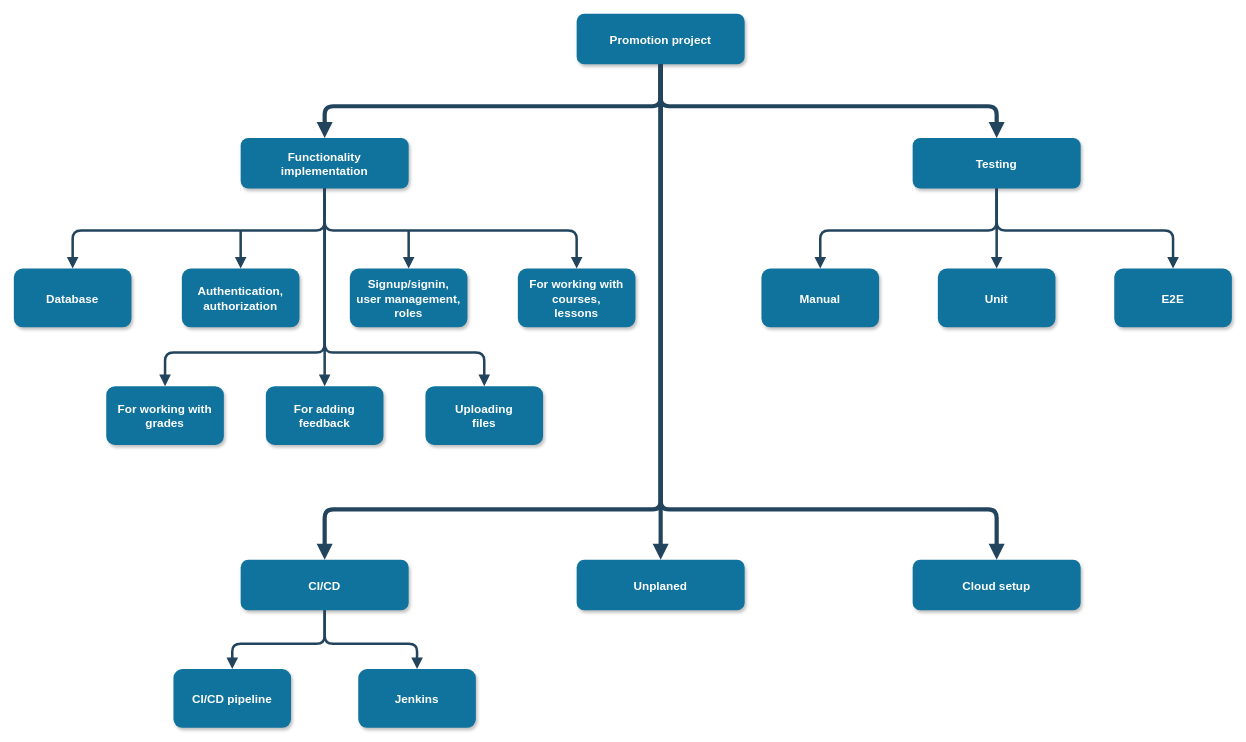
The draw.io diagram Untitled Diagram.drawio in PashaShevchuk/diagrams, before the edit. Source tidied: cells renumbered, new cells numbered last; positions are measured from the earlier drawing's top-left corner, leaving out a move shared by most shapes. Both pictures are drawn from the tidied source at 84%, with x=0, y=0 at pixel (13, 13).
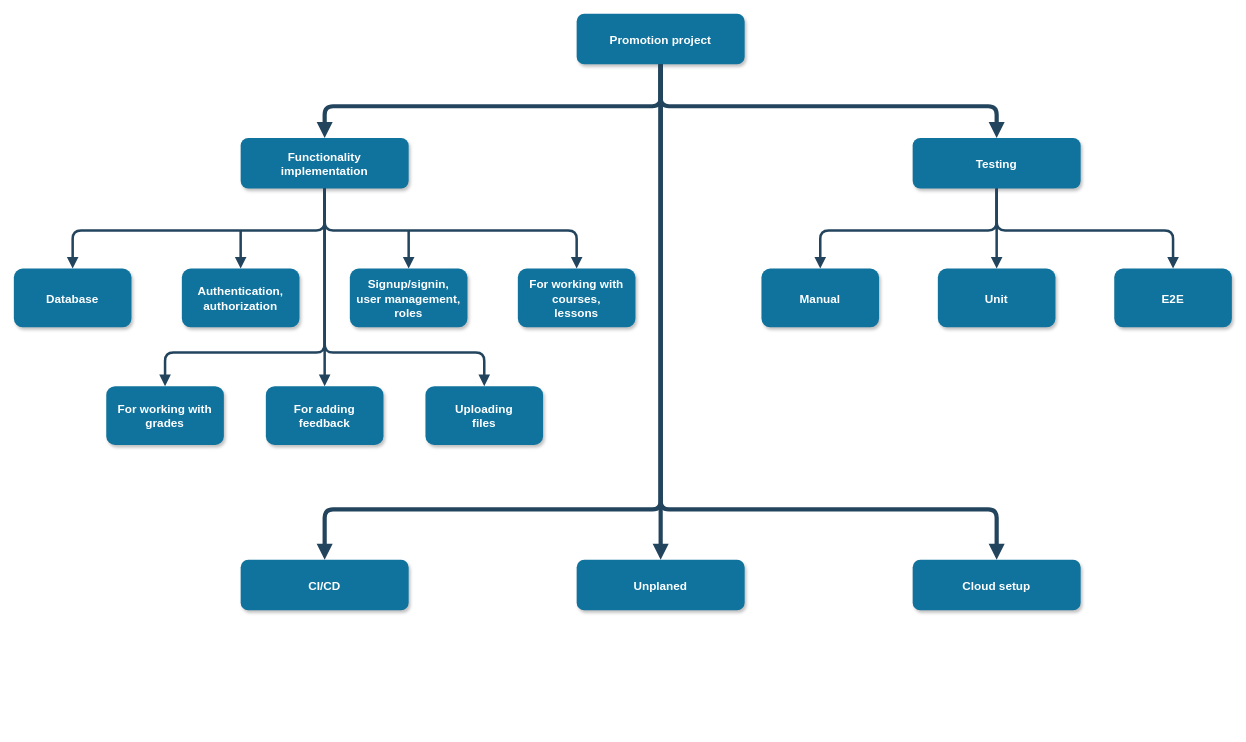
Above is the later version.

Unchanged cells that the change refers to:
```xml
<mxCell id="4" value="CI/CD" style="rounded=1;fillColor=#10739E;strokeColor=none;shadow=1;gradientColor=none;fontStyle=1;fontColor=#FFFFFF;fontSize=14;" parent="1" vertex="1">
  <mxGeometry x="270" y="650" width="200" height="60" as="geometry" />
</mxCell>
```

What changed in the source:
```diff
@@
-    <mxCell id="31" value="CI/CD pipeline" style="rounded=1;fillColor=#10739E;strokeColor=none;shadow=1;gradientColor=none;fontStyle=1;fontColor=#FFFFFF;fontSize=14;" parent="1" vertex="1">
-      <mxGeometry x="190" y="780" width="140" height="70" as="geometry" />
-    </mxCell>
-    <mxCell id="32" value="Jenkins" style="rounded=1;fillColor=#10739E;strokeColor=none;shadow=1;gradientColor=none;fontStyle=1;fontColor=#FFFFFF;fontSize=14;" parent="1" vertex="1">
-      <mxGeometry x="410" y="780" width="140" height="70" as="geometry" />
-    </mxCell>
@@
-    <mxCell id="35" style="edgeStyle=elbowEdgeStyle;elbow=vertical;strokeWidth=3;endArrow=block;endFill=1;fontStyle=1;strokeColor=#23445D;exitX=0.5;exitY=1;exitDx=0;exitDy=0;entryX=0.5;entryY=0;entryDx=0;entryDy=0;" parent="1" edge="1" source="4" target="31">
-      <mxGeometry x="-310.5" y="440" as="geometry">
-        <Array as="points">
-          <mxPoint x="330" y="750" />
-          <mxPoint x="330" y="740" />
-          <mxPoint x="360" y="750" />
-          <mxPoint x="330" y="760" />
-          <mxPoint x="330" y="750" />
-          <mxPoint x="240" y="730" />
-          <mxPoint x="270" y="790" />
-          <mxPoint x="350" y="780" />
-          <mxPoint x="290" y="800" />
-        </Array>
-      </mxGeometry>
-    </mxCell>
-    <mxCell id="36" style="edgeStyle=elbowEdgeStyle;elbow=vertical;strokeWidth=3;endArrow=block;endFill=1;fontStyle=1;strokeColor=#23445D;exitX=0.5;exitY=1;exitDx=0;exitDy=0;entryX=0.5;entryY=0;entryDx=0;entryDy=0;" parent="1" edge="1" source="4" target="32">
-      <mxGeometry x="-300.5" y="477.2" as="geometry">
-        <Array as="points">
-          <mxPoint x="390" y="750" />
-          <mxPoint x="410" y="740" />
-          <mxPoint x="410" y="750" />
-          <mxPoint x="380" y="760" />
-          <mxPoint x="400" y="750" />
-          <mxPoint x="380" y="760" />
-          <mxPoint x="530" y="740" />
-          <mxPoint x="460" y="827.2" />
-        </Array>
-      </mxGeometry>
-    </mxCell>
```
